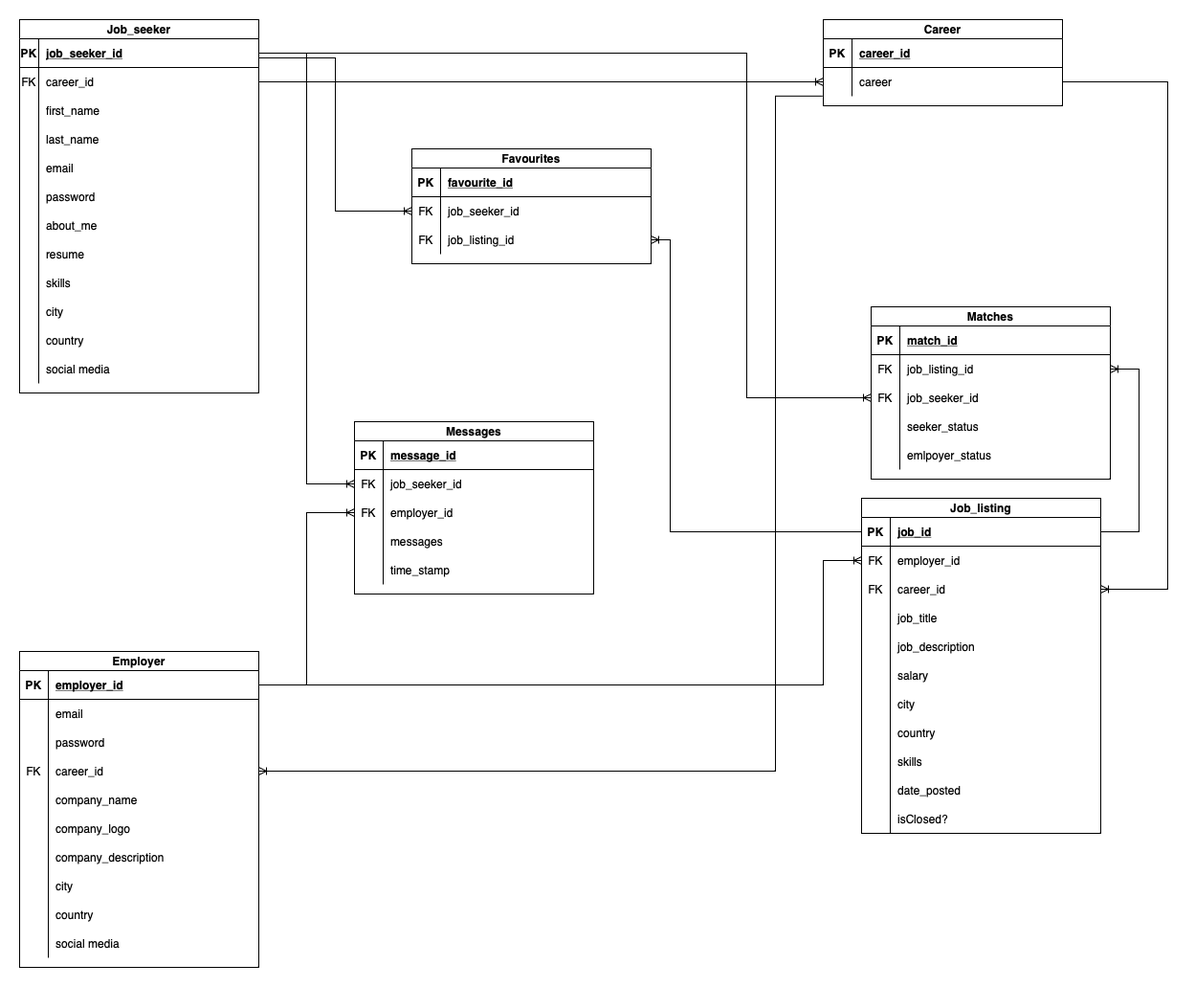
Ruheee/Talento keeps this draw.io diagram as planning/ERD.png. Above is the earlier version. Source tidied: cells renumbered, new cells last; positions are measured from the earlier drawing's top-left corner, leaving out a move shared by most shapes.
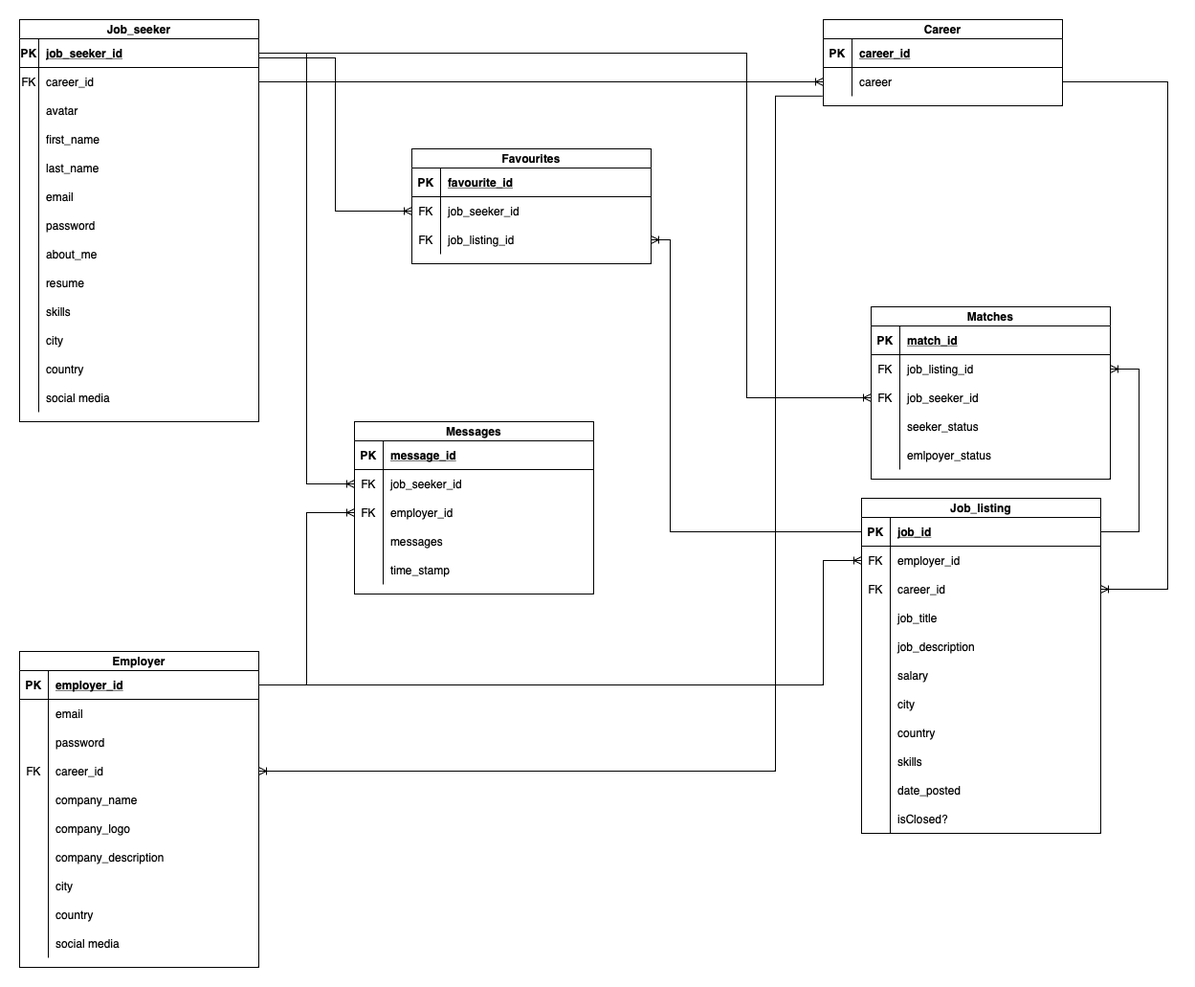
After the change.

Commit message:
add job_seeker avatar

What changed in the source:
```diff
@@ -3,7 +3,7 @@
     <mxCell id="0" />
     <mxCell id="1" parent="0" />
     <mxCell id="2" value="Job_seeker" style="shape=table;startSize=20;rowLines=0;fontStyle=1;align=center;" parent="1" vertex="1">
-      <mxGeometry width="250" height="390" as="geometry" />
+      <mxGeometry width="250" height="420" as="geometry" />
     </mxCell>
     <mxCell id="3" style="shape=partialRectangle;fillColor=none;points=[[0,0.5],[1,0.5]];portConstraint=eastwest;top=0;left=0;right=0;bottom=1;" parent="2" vertex="1">
       <mxGeometry y="20" width="250" height="30" as="geometry" />
@@ -23,8 +23,17 @@
     <mxCell id="8" value="career_id" style="shape=partialRectangle;overflow=hidden;fillColor=none;top=0;left=0;bottom=0;right=0;align=left;spacingLeft=6;" parent="6" vertex="1">
       <mxGeometry x="20" width="230" height="30" as="geometry" />
     </mxCell>
+    <mxCell id="163" style="shape=tableRow;horizontal=0;startSize=0;swimlaneHead=0;swimlaneBody=0;fillColor=none;top=0;left=0;right=0;bottom=0;" parent="2" vertex="1">
+      <mxGeometry y="80" width="250" height="30" as="geometry" />
+    </mxCell>
+    <mxCell id="164" style="shape=partialRectangle;fillColor=none;top=0;left=0;bottom=0;right=0;overflow=hidden;" parent="163" vertex="1">
+      <mxGeometry width="20" height="30" as="geometry" />
+    </mxCell>
+    <mxCell id="165" value="avatar" style="shape=partialRectangle;fillColor=none;top=0;left=0;bottom=0;right=0;align=left;spacingLeft=6;overflow=hidden;" parent="163" vertex="1">
+      <mxGeometry x="20" width="230" height="30" as="geometry" />
+    </mxCell>
     <mxCell id="9" style="shape=partialRectangle;fillColor=none;top=0;left=0;right=0;bottom=0;" parent="2" vertex="1">
-      <mxGeometry y="80" width="250" height="30" as="geometry" />
+      <mxGeometry y="110" width="250" height="30" as="geometry" />
     </mxCell>
     <mxCell id="10" style="shape=partialRectangle;overflow=hidden;fillColor=none;top=0;left=0;bottom=0;right=0;" parent="9" vertex="1">
       <mxGeometry width="20" height="30" as="geometry" />
@@ -33,7 +42,7 @@
       <mxGeometry x="20" width="230" height="30" as="geometry" />
     </mxCell>
     <mxCell id="12" style="shape=partialRectangle;fillColor=none;top=0;left=0;right=0;bottom=0;" parent="2" vertex="1">
-      <mxGeometry y="110" width="250" height="30" as="geometry" />
+      <mxGeometry y="140" width="250" height="30" as="geometry" />
     </mxCell>
     <mxCell id="13" style="shape=partialRectangle;overflow=hidden;fillColor=none;top=0;left=0;bottom=0;right=0;" parent="12" vertex="1">
       <mxGeometry width="20" height="30" as="geometry" />
@@ -42,7 +51,7 @@
       <mxGeometry x="20" width="230" height="30" as="geometry" />
     </mxCell>
     <mxCell id="15" style="shape=partialRectangle;fillColor=none;top=0;left=0;right=0;bottom=0;" parent="2" vertex="1">
-      <mxGeometry y="140" width="250" height="30" as="geometry" />
+      <mxGeometry y="170" width="250" height="30" as="geometry" />
     </mxCell>
     <mxCell id="16" style="shape=partialRectangle;overflow=hidden;fillColor=none;top=0;left=0;bottom=0;right=0;" parent="15" vertex="1">
       <mxGeometry width="20" height="30" as="geometry" />
@@ -51,7 +60,7 @@
       <mxGeometry x="20" width="230" height="30" as="geometry" />
     </mxCell>
     <mxCell id="18" style="shape=partialRectangle;fillColor=none;top=0;left=0;right=0;bottom=0;" parent="2" vertex="1">
-      <mxGeometry y="170" width="250" height="30" as="geometry" />
+      <mxGeometry y="200" width="250" height="30" as="geometry" />
     </mxCell>
     <mxCell id="19" style="shape=partialRectangle;overflow=hidden;fillColor=none;top=0;left=0;bottom=0;right=0;" parent="18" vertex="1">
       <mxGeometry width="20" height="30" as="geometry" />
@@ -60,7 +69,7 @@
       <mxGeometry x="20" width="230" height="30" as="geometry" />
     </mxCell>
     <mxCell id="21" style="shape=partialRectangle;fillColor=none;top=0;left=0;right=0;bottom=0;" parent="2" vertex="1">
-      <mxGeometry y="200" width="250" height="30" as="geometry" />
+      <mxGeometry y="230" width="250" height="30" as="geometry" />
     </mxCell>
     <mxCell id="22" style="shape=partialRectangle;overflow=hidden;fillColor=none;top=0;left=0;bottom=0;right=0;" parent="21" vertex="1">
       <mxGeometry width="20" height="30" as="geometry" />
@@ -69,7 +78,7 @@
       <mxGeometry x="20" width="230" height="30" as="geometry" />
     </mxCell>
     <mxCell id="24" style="shape=partialRectangle;fillColor=none;top=0;left=0;right=0;bottom=0;" parent="2" vertex="1">
-      <mxGeometry y="230" width="250" height="30" as="geometry" />
+      <mxGeometry y="260" width="250" height="30" as="geometry" />
     </mxCell>
     <mxCell id="25" style="shape=partialRectangle;overflow=hidden;fillColor=none;top=0;left=0;bottom=0;right=0;" parent="24" vertex="1">
       <mxGeometry width="20" height="30" as="geometry" />
@@ -78,7 +87,7 @@
       <mxGeometry x="20" width="230" height="30" as="geometry" />
     </mxCell>
     <mxCell id="27" style="shape=partialRectangle;fillColor=none;top=0;left=0;right=0;bottom=0;" parent="2" vertex="1">
-      <mxGeometry y="260" width="250" height="30" as="geometry" />
+      <mxGeometry y="290" width="250" height="30" as="geometry" />
     </mxCell>
     <mxCell id="28" style="shape=partialRectangle;overflow=hidden;fillColor=none;top=0;left=0;bottom=0;right=0;" parent="27" vertex="1">
       <mxGeometry width="20" height="30" as="geometry" />
@@ -87,7 +96,7 @@
       <mxGeometry x="20" width="230" height="30" as="geometry" />
     </mxCell>
     <mxCell id="30" style="shape=partialRectangle;fillColor=none;top=0;left=0;right=0;bottom=0;" parent="2" vertex="1">
-      <mxGeometry y="290" width="250" height="30" as="geometry" />
+      <mxGeometry y="320" width="250" height="30" as="geometry" />
     </mxCell>
     <mxCell id="31" style="shape=partialRectangle;overflow=hidden;fillColor=none;top=0;left=0;bottom=0;right=0;" parent="30" vertex="1">
       <mxGeometry width="20" height="30" as="geometry" />
@@ -96,7 +105,7 @@
       <mxGeometry x="20" width="230" height="30" as="geometry" />
     </mxCell>
     <mxCell id="33" style="shape=partialRectangle;fillColor=none;top=0;left=0;right=0;bottom=0;" parent="2" vertex="1">
-      <mxGeometry y="320" width="250" height="30" as="geometry" />
+      <mxGeometry y="350" width="250" height="30" as="geometry" />
     </mxCell>
     <mxCell id="34" style="shape=partialRectangle;overflow=hidden;fillColor=none;top=0;left=0;bottom=0;right=0;" parent="33" vertex="1">
       <mxGeometry width="20" height="30" as="geometry" />
@@ -105,7 +114,7 @@
       <mxGeometry x="20" width="230" height="30" as="geometry" />
     </mxCell>
     <mxCell id="36" style="shape=partialRectangle;fillColor=none;top=0;left=0;right=0;bottom=0;" parent="2" vertex="1">
-      <mxGeometry y="350" width="250" height="30" as="geometry" />
+      <mxGeometry y="380" width="250" height="30" as="geometry" />
     </mxCell>
     <mxCell id="37" style="shape=partialRectangle;overflow=hidden;fillColor=none;top=0;left=0;bottom=0;right=0;" parent="36" vertex="1">
       <mxGeometry width="20" height="30" as="geometry" />
```
